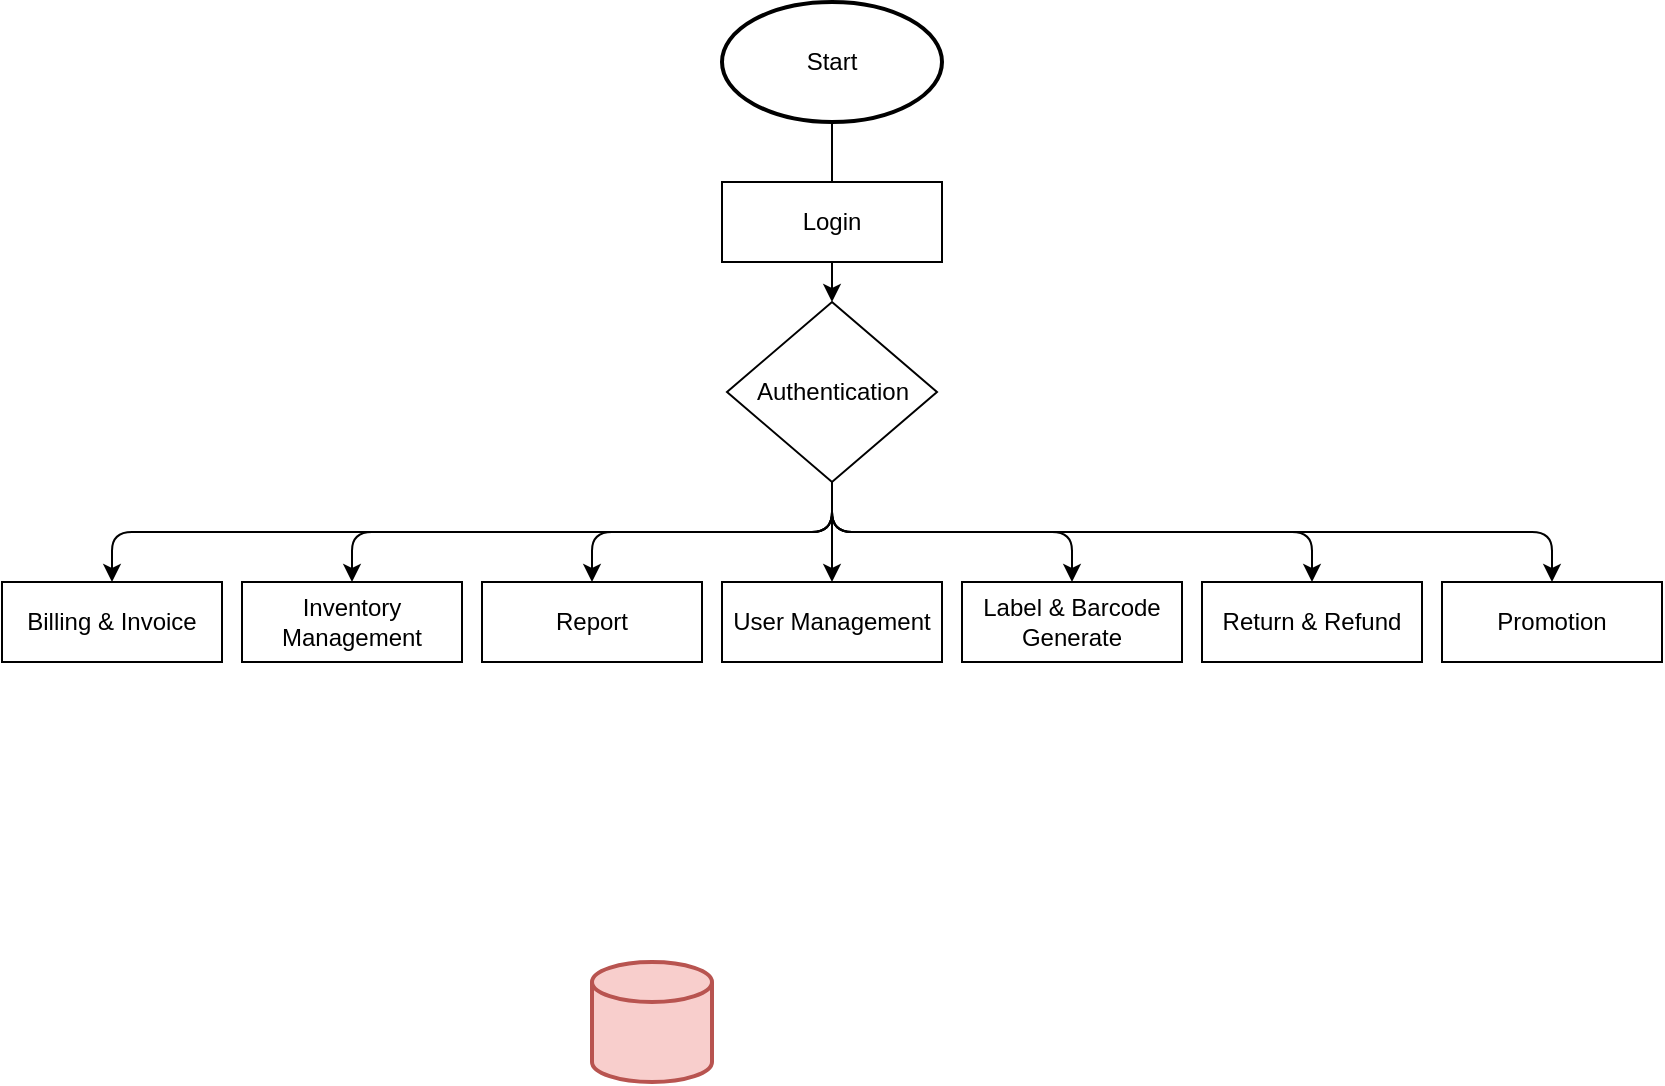
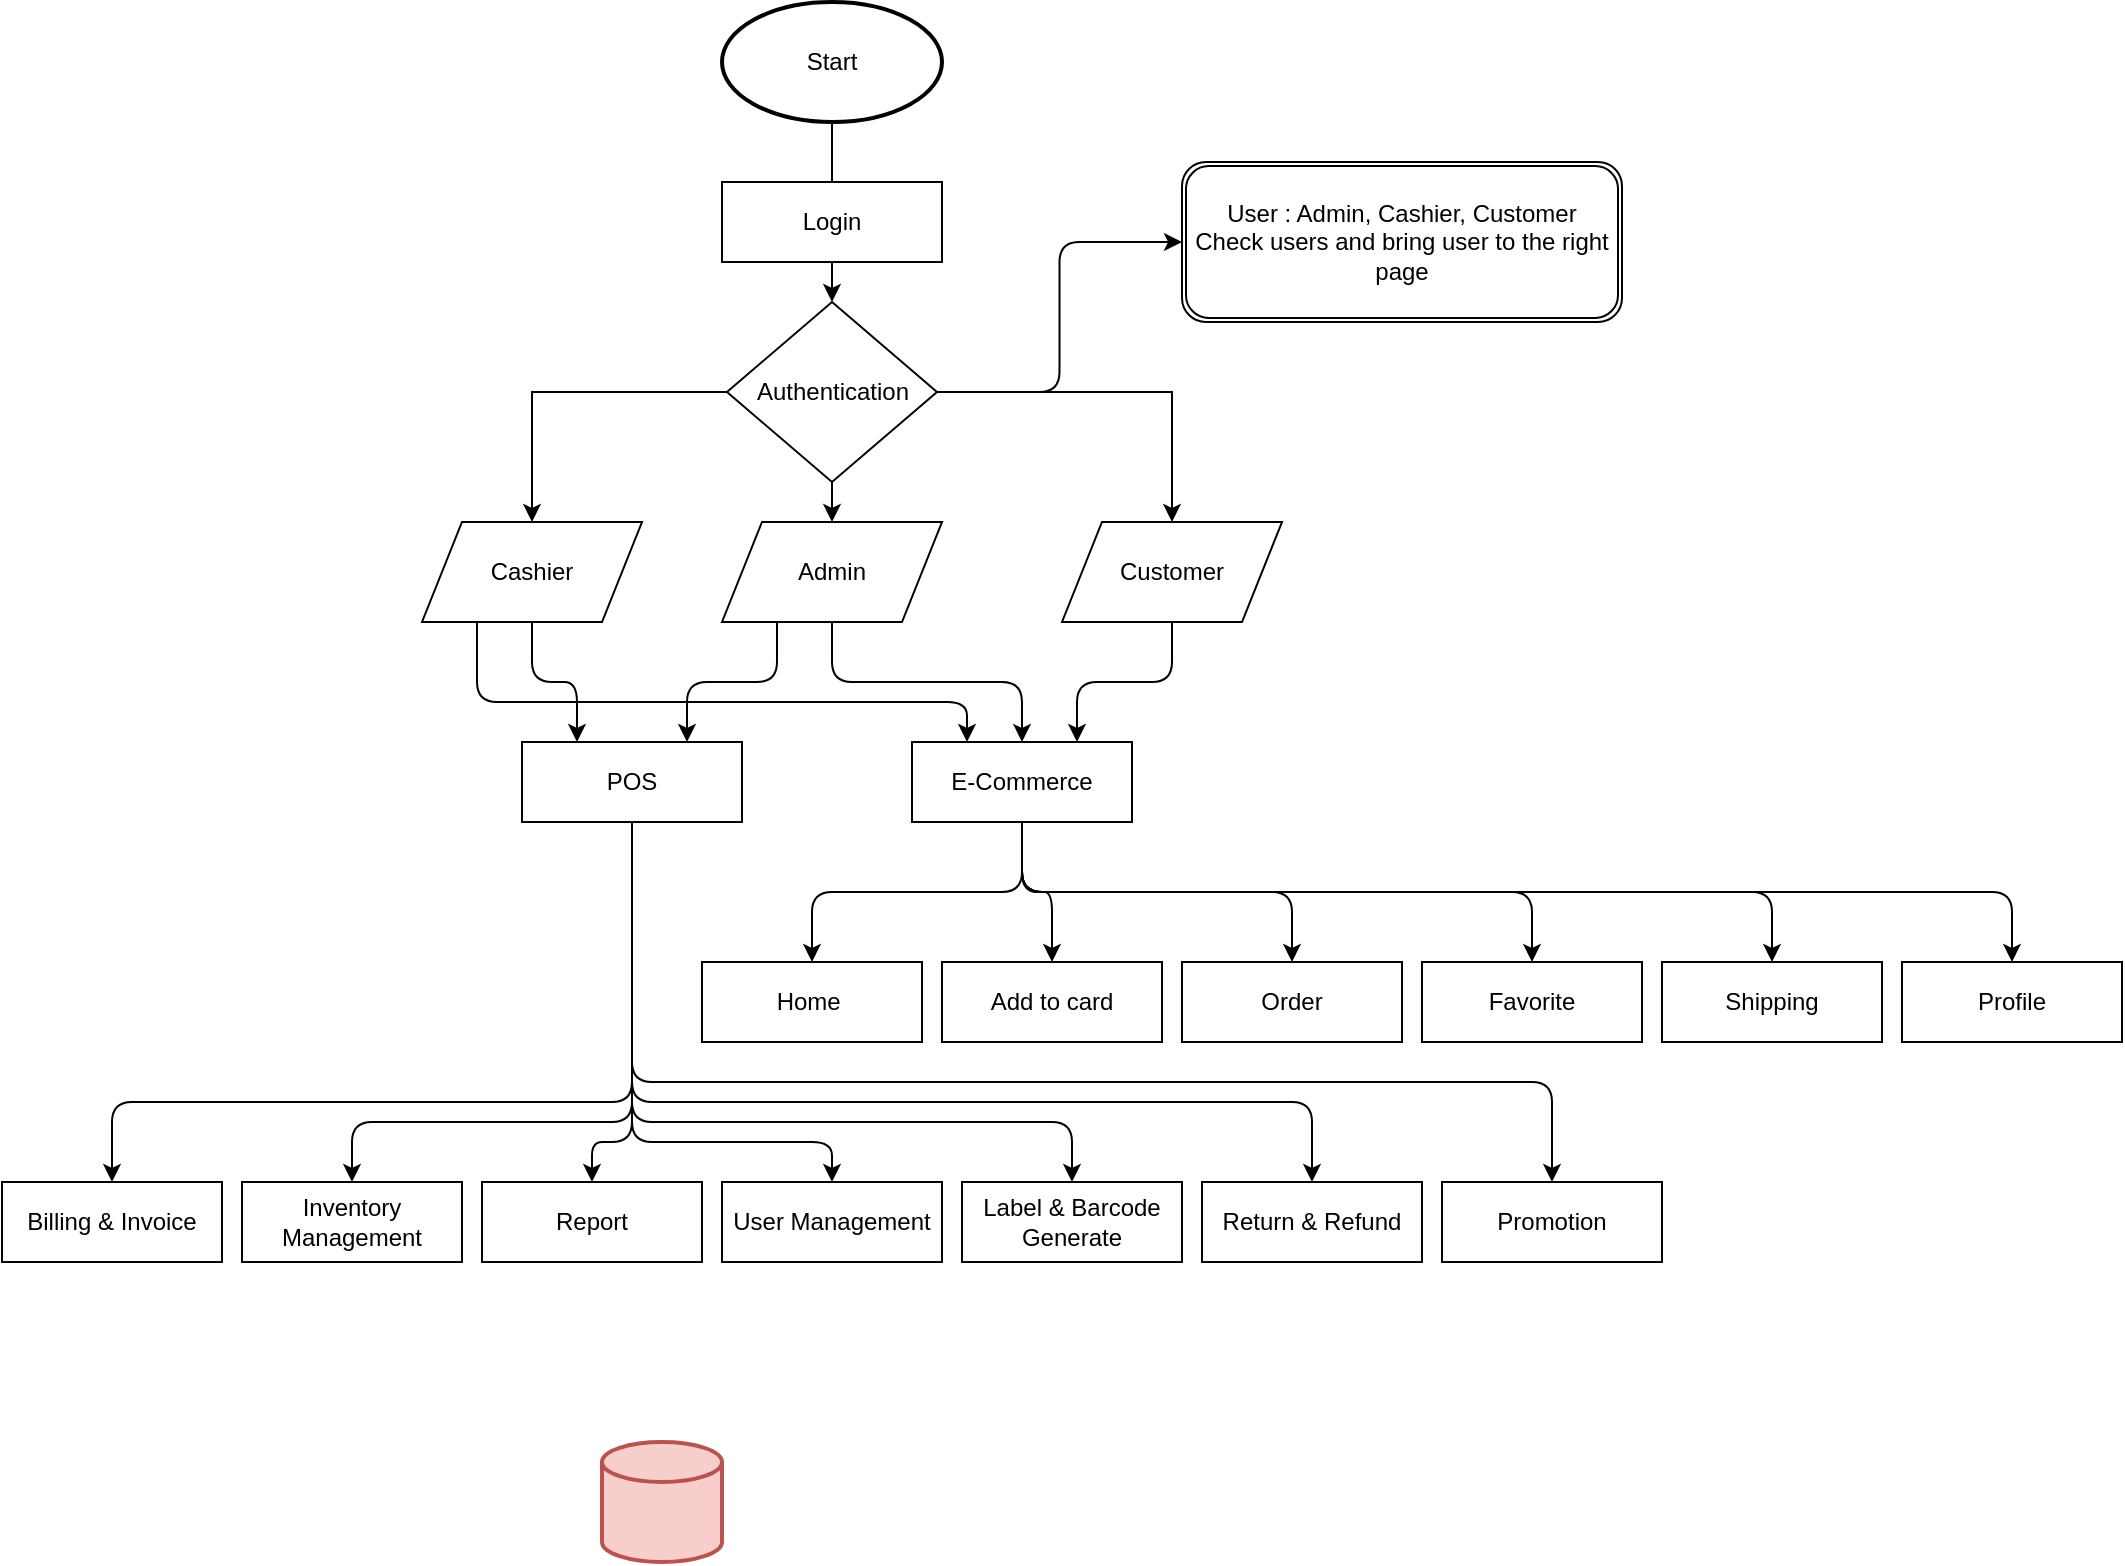
<mxfile host="app.diagrams.net">
  <diagram name="Page-1" id="T8X5T4ipKH7LPoEU0lZ8">
-     <mxGraphModel dx="1140" dy="733" grid="1" gridSize="10" guides="1" tooltips="1" connect="1" arrows="1" fold="1" page="1" pageScale="1" pageWidth="1169" pageHeight="1654" math="0" shadow="0">
+     <mxGraphModel dx="694" dy="446" grid="1" gridSize="10" guides="1" tooltips="1" connect="1" arrows="1" fold="1" page="1" pageScale="1" pageWidth="1169" pageHeight="1654" math="0" shadow="0">
      <root>
        <mxCell id="0" />
        <mxCell id="1" parent="0" />
        <mxCell id="o-ckGW3FgYWp_r8-CAn1-1" parent="1" style="strokeWidth=2;html=1;shape=mxgraph.flowchart.database;whiteSpace=wrap;fillColor=#f8cecc;strokeColor=#b85450;fillStyle=auto;" value="" vertex="1">
-           <mxGeometry height="60" width="60" x="315" y="490" as="geometry" />
+           <mxGeometry height="60" width="60" x="320" y="730" as="geometry" />
        </mxCell>
        <mxCell id="2ErcFpOtvGnYndQNyDVl-1" edge="1" parent="1" source="o-ckGW3FgYWp_r8-CAn1-3" style="edgeStyle=orthogonalEdgeStyle;rounded=0;orthogonalLoop=1;jettySize=auto;html=1;entryX=0.5;entryY=0;entryDx=0;entryDy=0;" target="2ErcFpOtvGnYndQNyDVl-12" value="">
          <mxGeometry relative="1" as="geometry">
            <mxPoint x="434.9999999999998" y="160" as="targetPoint" />
          </mxGeometry>
        </mxCell>
        <mxCell id="o-ckGW3FgYWp_r8-CAn1-3" parent="1" style="strokeWidth=2;html=1;shape=mxgraph.flowchart.start_1;whiteSpace=wrap;" value="Start" vertex="1">
          <mxGeometry height="60" width="110" x="380" y="10" as="geometry" />
        </mxCell>
        <mxCell id="o-ckGW3FgYWp_r8-CAn1-5" parent="1" style="rounded=0;whiteSpace=wrap;html=1;" value="Login" vertex="1">
          <mxGeometry height="40" width="110" x="380" y="100" as="geometry" />
        </mxCell>
        <mxCell id="o-ckGW3FgYWp_r8-CAn1-9" parent="1" style="rounded=0;whiteSpace=wrap;html=1;" value="Billing &amp;amp; Invoice" vertex="1">
-           <mxGeometry height="40" width="110" x="20" y="300" as="geometry" />
+           <mxGeometry height="40" width="110" x="20" y="600" as="geometry" />
        </mxCell>
        <mxCell id="o-ckGW3FgYWp_r8-CAn1-10" parent="1" style="rounded=0;whiteSpace=wrap;html=1;" value="Inventory Management" vertex="1">
-           <mxGeometry height="40" width="110" x="140" y="300" as="geometry" />
+           <mxGeometry height="40" width="110" x="140" y="600" as="geometry" />
        </mxCell>
        <mxCell id="o-ckGW3FgYWp_r8-CAn1-11" parent="1" style="rounded=0;whiteSpace=wrap;html=1;" value="Report" vertex="1">
-           <mxGeometry height="40" width="110" x="260" y="300" as="geometry" />
+           <mxGeometry height="40" width="110" x="260" y="600" as="geometry" />
        </mxCell>
        <mxCell id="o-ckGW3FgYWp_r8-CAn1-12" parent="1" style="rounded=0;whiteSpace=wrap;html=1;" value="User Management" vertex="1">
-           <mxGeometry height="40" width="110" x="380" y="300" as="geometry" />
+           <mxGeometry height="40" width="110" x="380" y="600" as="geometry" />
        </mxCell>
        <mxCell id="o-ckGW3FgYWp_r8-CAn1-13" parent="1" style="rounded=0;whiteSpace=wrap;html=1;" value="Label &amp;amp; Barcode Generate" vertex="1">
-           <mxGeometry height="40" width="110" x="500" y="300" as="geometry" />
+           <mxGeometry height="40" width="110" x="500" y="600" as="geometry" />
        </mxCell>
        <mxCell id="o-ckGW3FgYWp_r8-CAn1-14" parent="1" style="rounded=0;whiteSpace=wrap;html=1;" value="Promotion" vertex="1">
-           <mxGeometry height="40" width="110" x="740" y="300" as="geometry" />
+           <mxGeometry height="40" width="110" x="740" y="600" as="geometry" />
        </mxCell>
        <mxCell id="o-ckGW3FgYWp_r8-CAn1-15" parent="1" style="rounded=0;whiteSpace=wrap;html=1;" value="Return &amp;amp; Refund" vertex="1">
-           <mxGeometry height="40" width="110" x="620" y="300" as="geometry" />
+           <mxGeometry height="40" width="110" x="620" y="600" as="geometry" />
+         </mxCell>
+         <mxCell id="2ErcFpOtvGnYndQNyDVl-26" edge="1" parent="1" source="2ErcFpOtvGnYndQNyDVl-12" style="edgeStyle=orthogonalEdgeStyle;rounded=1;orthogonalLoop=1;jettySize=auto;html=1;exitX=1;exitY=0.5;exitDx=0;exitDy=0;entryX=0;entryY=0.5;entryDx=0;entryDy=0;curved=0;" target="2ErcFpOtvGnYndQNyDVl-25">
+           <mxGeometry relative="1" as="geometry" />
+         </mxCell>
+         <mxCell id="2ErcFpOtvGnYndQNyDVl-34" edge="1" parent="1" source="2ErcFpOtvGnYndQNyDVl-12" style="edgeStyle=orthogonalEdgeStyle;rounded=0;orthogonalLoop=1;jettySize=auto;html=1;exitX=0.5;exitY=1;exitDx=0;exitDy=0;entryX=0.5;entryY=0;entryDx=0;entryDy=0;" target="2ErcFpOtvGnYndQNyDVl-27">
+           <mxGeometry relative="1" as="geometry" />
+         </mxCell>
+         <mxCell id="2ErcFpOtvGnYndQNyDVl-35" edge="1" parent="1" source="2ErcFpOtvGnYndQNyDVl-12" style="edgeStyle=orthogonalEdgeStyle;rounded=0;orthogonalLoop=1;jettySize=auto;html=1;exitX=1;exitY=0.5;exitDx=0;exitDy=0;entryX=0.5;entryY=0;entryDx=0;entryDy=0;" target="2ErcFpOtvGnYndQNyDVl-29">
+           <mxGeometry relative="1" as="geometry" />
+         </mxCell>
+         <mxCell id="2ErcFpOtvGnYndQNyDVl-36" edge="1" parent="1" source="2ErcFpOtvGnYndQNyDVl-12" style="edgeStyle=orthogonalEdgeStyle;rounded=0;orthogonalLoop=1;jettySize=auto;html=1;exitX=0;exitY=0.5;exitDx=0;exitDy=0;entryX=0.5;entryY=0;entryDx=0;entryDy=0;" target="2ErcFpOtvGnYndQNyDVl-28">
+           <mxGeometry relative="1" as="geometry" />
        </mxCell>
        <mxCell id="2ErcFpOtvGnYndQNyDVl-12" parent="1" style="rhombus;whiteSpace=wrap;html=1;" value="Authentication" vertex="1">
          <mxGeometry height="90" width="105" x="382.5" y="160" as="geometry" />
        </mxCell>
-         <mxCell id="2ErcFpOtvGnYndQNyDVl-17" edge="1" parent="1" source="2ErcFpOtvGnYndQNyDVl-12" style="endArrow=classic;html=1;rounded=1;exitX=0.5;exitY=1;exitDx=0;exitDy=0;entryX=0.5;entryY=0;entryDx=0;entryDy=0;edgeStyle=orthogonalEdgeStyle;curved=0;" target="o-ckGW3FgYWp_r8-CAn1-9" value="">
-           <mxGeometry height="50" relative="1" width="50" as="geometry">
-             <mxPoint x="550" y="110" as="sourcePoint" />
-             <mxPoint x="600" y="60" as="targetPoint" />
+         <mxCell id="2ErcFpOtvGnYndQNyDVl-25" parent="1" style="shape=ext;double=1;rounded=1;whiteSpace=wrap;html=1;" value="User : Admin, Cashier, Customer&lt;br&gt;Check users and bring user to the right page" vertex="1">
+           <mxGeometry height="80" width="220" x="610" y="90" as="geometry" />
+         </mxCell>
+         <mxCell id="2ErcFpOtvGnYndQNyDVl-38" edge="1" parent="1" source="2ErcFpOtvGnYndQNyDVl-27" style="edgeStyle=orthogonalEdgeStyle;rounded=1;orthogonalLoop=1;jettySize=auto;html=1;exitX=0.25;exitY=1;exitDx=0;exitDy=0;entryX=0.75;entryY=0;entryDx=0;entryDy=0;curved=0;" target="2ErcFpOtvGnYndQNyDVl-33">
+           <mxGeometry relative="1" as="geometry" />
+         </mxCell>
+         <mxCell id="2ErcFpOtvGnYndQNyDVl-44" edge="1" parent="1" source="2ErcFpOtvGnYndQNyDVl-27" style="edgeStyle=orthogonalEdgeStyle;rounded=1;orthogonalLoop=1;jettySize=auto;html=1;exitX=0.5;exitY=1;exitDx=0;exitDy=0;entryX=0.5;entryY=0;entryDx=0;entryDy=0;curved=0;" target="2ErcFpOtvGnYndQNyDVl-32">
+           <mxGeometry relative="1" as="geometry" />
+         </mxCell>
+         <mxCell id="2ErcFpOtvGnYndQNyDVl-27" parent="1" style="shape=parallelogram;perimeter=parallelogramPerimeter;whiteSpace=wrap;html=1;fixedSize=1;" value="Admin" vertex="1">
+           <mxGeometry height="50" width="110" x="380" y="270" as="geometry" />
+         </mxCell>
+         <mxCell id="2ErcFpOtvGnYndQNyDVl-39" edge="1" parent="1" source="2ErcFpOtvGnYndQNyDVl-28" style="edgeStyle=orthogonalEdgeStyle;rounded=1;orthogonalLoop=1;jettySize=auto;html=1;exitX=0.5;exitY=1;exitDx=0;exitDy=0;entryX=0.25;entryY=0;entryDx=0;entryDy=0;curved=0;" target="2ErcFpOtvGnYndQNyDVl-33">
+           <mxGeometry relative="1" as="geometry" />
+         </mxCell>
+         <mxCell id="2ErcFpOtvGnYndQNyDVl-76" edge="1" parent="1" source="2ErcFpOtvGnYndQNyDVl-28" style="edgeStyle=orthogonalEdgeStyle;rounded=1;orthogonalLoop=1;jettySize=auto;html=1;exitX=0.25;exitY=1;exitDx=0;exitDy=0;entryX=0.25;entryY=0;entryDx=0;entryDy=0;curved=0;" target="2ErcFpOtvGnYndQNyDVl-32">
+           <mxGeometry relative="1" as="geometry">
+             <Array as="points">
+               <mxPoint x="258" y="360" />
+               <mxPoint x="502" y="360" />
+             </Array>
          </mxGeometry>
        </mxCell>
-         <mxCell id="2ErcFpOtvGnYndQNyDVl-18" edge="1" parent="1" source="2ErcFpOtvGnYndQNyDVl-12" style="endArrow=classic;html=1;rounded=1;exitX=0.5;exitY=1;exitDx=0;exitDy=0;entryX=0.5;entryY=0;entryDx=0;entryDy=0;edgeStyle=orthogonalEdgeStyle;curved=0;" target="o-ckGW3FgYWp_r8-CAn1-10" value="">
-           <mxGeometry height="50" relative="1" width="50" as="geometry">
-             <mxPoint x="550" y="110" as="sourcePoint" />
-             <mxPoint x="600" y="60" as="targetPoint" />
+         <mxCell id="2ErcFpOtvGnYndQNyDVl-28" parent="1" style="shape=parallelogram;perimeter=parallelogramPerimeter;whiteSpace=wrap;html=1;fixedSize=1;" value="Cashier" vertex="1">
+           <mxGeometry height="50" width="110" x="230" y="270" as="geometry" />
+         </mxCell>
+         <mxCell id="2ErcFpOtvGnYndQNyDVl-45" edge="1" parent="1" source="2ErcFpOtvGnYndQNyDVl-29" style="edgeStyle=orthogonalEdgeStyle;rounded=1;orthogonalLoop=1;jettySize=auto;html=1;exitX=0.5;exitY=1;exitDx=0;exitDy=0;entryX=0.75;entryY=0;entryDx=0;entryDy=0;elbow=vertical;curved=0;" target="2ErcFpOtvGnYndQNyDVl-32">
+           <mxGeometry relative="1" as="geometry" />
+         </mxCell>
+         <mxCell id="2ErcFpOtvGnYndQNyDVl-29" parent="1" style="shape=parallelogram;perimeter=parallelogramPerimeter;whiteSpace=wrap;html=1;fixedSize=1;" value="Customer" vertex="1">
+           <mxGeometry height="50" width="110" x="550" y="270" as="geometry" />
+         </mxCell>
+         <mxCell id="2ErcFpOtvGnYndQNyDVl-68" edge="1" parent="1" source="2ErcFpOtvGnYndQNyDVl-32" style="edgeStyle=orthogonalEdgeStyle;rounded=1;orthogonalLoop=1;jettySize=auto;html=1;exitX=0.5;exitY=1;exitDx=0;exitDy=0;entryX=0.5;entryY=0;entryDx=0;entryDy=0;curved=0;" target="2ErcFpOtvGnYndQNyDVl-54">
+           <mxGeometry relative="1" as="geometry" />
+         </mxCell>
+         <mxCell id="2ErcFpOtvGnYndQNyDVl-32" parent="1" style="rounded=0;whiteSpace=wrap;html=1;" value="E-Commerce" vertex="1">
+           <mxGeometry height="40" width="110" x="475" y="380" as="geometry" />
+         </mxCell>
+         <mxCell id="2ErcFpOtvGnYndQNyDVl-46" edge="1" parent="1" source="2ErcFpOtvGnYndQNyDVl-33" style="edgeStyle=orthogonalEdgeStyle;rounded=1;orthogonalLoop=1;jettySize=auto;html=1;exitX=0.5;exitY=1;exitDx=0;exitDy=0;entryX=0.5;entryY=0;entryDx=0;entryDy=0;curved=0;startSize=6;miterlimit=4;" target="o-ckGW3FgYWp_r8-CAn1-9">
+           <mxGeometry relative="1" as="geometry">
+             <Array as="points">
+               <mxPoint x="335" y="560" />
+               <mxPoint x="75" y="560" />
+             </Array>
          </mxGeometry>
        </mxCell>
-         <mxCell id="2ErcFpOtvGnYndQNyDVl-19" edge="1" parent="1" source="2ErcFpOtvGnYndQNyDVl-12" style="endArrow=classic;html=1;rounded=1;exitX=0.5;exitY=1;exitDx=0;exitDy=0;entryX=0.5;entryY=0;entryDx=0;entryDy=0;edgeStyle=orthogonalEdgeStyle;curved=0;" target="o-ckGW3FgYWp_r8-CAn1-11" value="">
-           <mxGeometry height="50" relative="1" width="50" as="geometry">
-             <mxPoint x="550" y="110" as="sourcePoint" />
-             <mxPoint x="600" y="60" as="targetPoint" />
+         <mxCell id="2ErcFpOtvGnYndQNyDVl-33" parent="1" style="rounded=0;whiteSpace=wrap;html=1;" value="POS" vertex="1">
+           <mxGeometry height="40" width="110" x="280" y="380" as="geometry" />
+         </mxCell>
+         <mxCell id="2ErcFpOtvGnYndQNyDVl-47" edge="1" parent="1" source="2ErcFpOtvGnYndQNyDVl-33" style="edgeStyle=orthogonalEdgeStyle;rounded=1;orthogonalLoop=1;jettySize=auto;html=1;exitX=0.5;exitY=1;exitDx=0;exitDy=0;entryX=0.5;entryY=0;entryDx=0;entryDy=0;curved=0;startSize=6;miterlimit=4;" target="o-ckGW3FgYWp_r8-CAn1-10">
+           <mxGeometry relative="1" as="geometry">
+             <Array as="points">
+               <mxPoint x="335" y="570" />
+               <mxPoint x="195" y="570" />
+             </Array>
          </mxGeometry>
        </mxCell>
-         <mxCell id="2ErcFpOtvGnYndQNyDVl-20" edge="1" parent="1" source="2ErcFpOtvGnYndQNyDVl-12" style="endArrow=classic;html=1;rounded=1;exitX=0.5;exitY=1;exitDx=0;exitDy=0;entryX=0.5;entryY=0;entryDx=0;entryDy=0;edgeStyle=orthogonalEdgeStyle;curved=0;" target="o-ckGW3FgYWp_r8-CAn1-12" value="">
-           <mxGeometry height="50" relative="1" width="50" as="geometry">
-             <mxPoint x="550" y="110" as="sourcePoint" />
-             <mxPoint x="600" y="60" as="targetPoint" />
+         <mxCell id="2ErcFpOtvGnYndQNyDVl-48" edge="1" parent="1" source="2ErcFpOtvGnYndQNyDVl-33" style="edgeStyle=orthogonalEdgeStyle;rounded=1;orthogonalLoop=1;jettySize=auto;html=1;exitX=0.5;exitY=1;exitDx=0;exitDy=0;entryX=0.5;entryY=0;entryDx=0;entryDy=0;curved=0;startSize=6;miterlimit=4;" target="o-ckGW3FgYWp_r8-CAn1-11">
+           <mxGeometry relative="1" as="geometry">
+             <Array as="points">
+               <mxPoint x="335" y="580" />
+               <mxPoint x="315" y="580" />
+             </Array>
          </mxGeometry>
        </mxCell>
-         <mxCell id="2ErcFpOtvGnYndQNyDVl-21" edge="1" parent="1" source="2ErcFpOtvGnYndQNyDVl-12" style="endArrow=classic;html=1;rounded=1;exitX=0.5;exitY=1;exitDx=0;exitDy=0;entryX=0.5;entryY=0;entryDx=0;entryDy=0;edgeStyle=orthogonalEdgeStyle;curved=0;" target="o-ckGW3FgYWp_r8-CAn1-13" value="">
-           <mxGeometry height="50" relative="1" width="50" as="geometry">
-             <mxPoint x="550" y="110" as="sourcePoint" />
-             <mxPoint x="600" y="60" as="targetPoint" />
+         <mxCell id="2ErcFpOtvGnYndQNyDVl-50" edge="1" parent="1" source="2ErcFpOtvGnYndQNyDVl-33" style="edgeStyle=orthogonalEdgeStyle;rounded=1;orthogonalLoop=1;jettySize=auto;html=1;exitX=0.5;exitY=1;exitDx=0;exitDy=0;entryX=0.5;entryY=0;entryDx=0;entryDy=0;curved=0;startSize=6;miterlimit=4;" target="o-ckGW3FgYWp_r8-CAn1-12">
+           <mxGeometry relative="1" as="geometry">
+             <Array as="points">
+               <mxPoint x="335" y="580" />
+               <mxPoint x="435" y="580" />
+             </Array>
          </mxGeometry>
        </mxCell>
-         <mxCell id="2ErcFpOtvGnYndQNyDVl-22" edge="1" parent="1" source="2ErcFpOtvGnYndQNyDVl-12" style="endArrow=classic;html=1;rounded=1;exitX=0.5;exitY=1;exitDx=0;exitDy=0;entryX=0.5;entryY=0;entryDx=0;entryDy=0;edgeStyle=orthogonalEdgeStyle;curved=0;" target="o-ckGW3FgYWp_r8-CAn1-14" value="">
-           <mxGeometry height="50" relative="1" width="50" as="geometry">
-             <mxPoint x="550" y="110" as="sourcePoint" />
-             <mxPoint x="600" y="60" as="targetPoint" />
+         <mxCell id="2ErcFpOtvGnYndQNyDVl-51" edge="1" parent="1" source="2ErcFpOtvGnYndQNyDVl-33" style="edgeStyle=orthogonalEdgeStyle;rounded=1;orthogonalLoop=1;jettySize=auto;html=1;exitX=0.5;exitY=1;exitDx=0;exitDy=0;entryX=0.5;entryY=0;entryDx=0;entryDy=0;curved=0;startSize=6;miterlimit=4;" target="o-ckGW3FgYWp_r8-CAn1-13">
+           <mxGeometry relative="1" as="geometry">
+             <Array as="points">
+               <mxPoint x="335" y="570" />
+               <mxPoint x="555" y="570" />
+             </Array>
          </mxGeometry>
        </mxCell>
-         <mxCell id="2ErcFpOtvGnYndQNyDVl-23" edge="1" parent="1" source="2ErcFpOtvGnYndQNyDVl-12" style="endArrow=classic;html=1;rounded=1;exitX=0.5;exitY=1;exitDx=0;exitDy=0;entryX=0.5;entryY=0;entryDx=0;entryDy=0;edgeStyle=orthogonalEdgeStyle;curved=0;" target="o-ckGW3FgYWp_r8-CAn1-15" value="">
-           <mxGeometry height="50" relative="1" width="50" as="geometry">
-             <mxPoint x="550" y="110" as="sourcePoint" />
-             <mxPoint x="600" y="60" as="targetPoint" />
+         <mxCell id="2ErcFpOtvGnYndQNyDVl-52" edge="1" parent="1" source="2ErcFpOtvGnYndQNyDVl-33" style="edgeStyle=orthogonalEdgeStyle;rounded=1;orthogonalLoop=1;jettySize=auto;html=1;exitX=0.5;exitY=1;exitDx=0;exitDy=0;entryX=0.5;entryY=0;entryDx=0;entryDy=0;curved=0;startSize=6;miterlimit=4;" target="o-ckGW3FgYWp_r8-CAn1-15">
+           <mxGeometry relative="1" as="geometry">
+             <Array as="points">
+               <mxPoint x="335" y="560" />
+               <mxPoint x="675" y="560" />
+             </Array>
          </mxGeometry>
+         </mxCell>
+         <mxCell id="2ErcFpOtvGnYndQNyDVl-53" edge="1" parent="1" source="2ErcFpOtvGnYndQNyDVl-33" style="edgeStyle=orthogonalEdgeStyle;rounded=1;orthogonalLoop=1;jettySize=auto;html=1;exitX=0.5;exitY=1;exitDx=0;exitDy=0;entryX=0.5;entryY=0;entryDx=0;entryDy=0;curved=0;startSize=6;miterlimit=4;" target="o-ckGW3FgYWp_r8-CAn1-14">
+           <mxGeometry relative="1" as="geometry">
+             <Array as="points">
+               <mxPoint x="335" y="550" />
+               <mxPoint x="795" y="550" />
+             </Array>
+           </mxGeometry>
+         </mxCell>
+         <mxCell id="2ErcFpOtvGnYndQNyDVl-54" parent="1" style="rounded=0;whiteSpace=wrap;html=1;" value="Home&amp;nbsp;" vertex="1">
+           <mxGeometry height="40" width="110" x="370" y="490" as="geometry" />
+         </mxCell>
+         <mxCell id="2ErcFpOtvGnYndQNyDVl-55" parent="1" style="rounded=0;whiteSpace=wrap;html=1;" value="Add to card" vertex="1">
+           <mxGeometry height="40" width="110" x="490" y="490" as="geometry" />
+         </mxCell>
+         <mxCell id="2ErcFpOtvGnYndQNyDVl-56" parent="1" style="rounded=0;whiteSpace=wrap;html=1;" value="Order" vertex="1">
+           <mxGeometry height="40" width="110" x="610" y="490" as="geometry" />
+         </mxCell>
+         <mxCell id="2ErcFpOtvGnYndQNyDVl-57" parent="1" style="rounded=0;whiteSpace=wrap;html=1;" value="Favorite" vertex="1">
+           <mxGeometry height="40" width="110" x="730" y="490" as="geometry" />
+         </mxCell>
+         <mxCell id="2ErcFpOtvGnYndQNyDVl-58" parent="1" style="rounded=0;whiteSpace=wrap;html=1;" value="Shipping" vertex="1">
+           <mxGeometry height="40" width="110" x="850" y="490" as="geometry" />
+         </mxCell>
+         <mxCell id="2ErcFpOtvGnYndQNyDVl-60" parent="1" style="rounded=0;whiteSpace=wrap;html=1;" value="Profile" vertex="1">
+           <mxGeometry height="40" width="110" x="970" y="490" as="geometry" />
+         </mxCell>
+         <mxCell id="2ErcFpOtvGnYndQNyDVl-69" edge="1" parent="1" source="2ErcFpOtvGnYndQNyDVl-32" style="edgeStyle=orthogonalEdgeStyle;rounded=1;orthogonalLoop=1;jettySize=auto;html=1;exitX=0.5;exitY=1;exitDx=0;exitDy=0;entryX=0.5;entryY=0;entryDx=0;entryDy=0;curved=0;" target="2ErcFpOtvGnYndQNyDVl-55">
+           <mxGeometry relative="1" as="geometry" />
+         </mxCell>
+         <mxCell id="2ErcFpOtvGnYndQNyDVl-70" edge="1" parent="1" source="2ErcFpOtvGnYndQNyDVl-32" style="edgeStyle=orthogonalEdgeStyle;rounded=1;orthogonalLoop=1;jettySize=auto;html=1;exitX=0.5;exitY=1;exitDx=0;exitDy=0;entryX=0.5;entryY=0;entryDx=0;entryDy=0;curved=0;" target="2ErcFpOtvGnYndQNyDVl-56">
+           <mxGeometry relative="1" as="geometry" />
+         </mxCell>
+         <mxCell id="2ErcFpOtvGnYndQNyDVl-71" edge="1" parent="1" source="2ErcFpOtvGnYndQNyDVl-32" style="edgeStyle=orthogonalEdgeStyle;rounded=1;orthogonalLoop=1;jettySize=auto;html=1;exitX=0.5;exitY=1;exitDx=0;exitDy=0;entryX=0.5;entryY=0;entryDx=0;entryDy=0;curved=0;" target="2ErcFpOtvGnYndQNyDVl-57">
+           <mxGeometry relative="1" as="geometry" />
+         </mxCell>
+         <mxCell id="2ErcFpOtvGnYndQNyDVl-72" edge="1" parent="1" source="2ErcFpOtvGnYndQNyDVl-32" style="edgeStyle=orthogonalEdgeStyle;rounded=1;orthogonalLoop=1;jettySize=auto;html=1;exitX=0.5;exitY=1;exitDx=0;exitDy=0;entryX=0.5;entryY=0;entryDx=0;entryDy=0;curved=0;" target="2ErcFpOtvGnYndQNyDVl-58">
+           <mxGeometry relative="1" as="geometry" />
+         </mxCell>
+         <mxCell id="2ErcFpOtvGnYndQNyDVl-73" edge="1" parent="1" source="2ErcFpOtvGnYndQNyDVl-32" style="edgeStyle=orthogonalEdgeStyle;rounded=1;orthogonalLoop=1;jettySize=auto;html=1;exitX=0.5;exitY=1;exitDx=0;exitDy=0;entryX=0.5;entryY=0;entryDx=0;entryDy=0;curved=0;" target="2ErcFpOtvGnYndQNyDVl-60">
+           <mxGeometry relative="1" as="geometry" />
        </mxCell>
      </root>
    </mxGraphModel>
  </diagram>
</mxfile>
